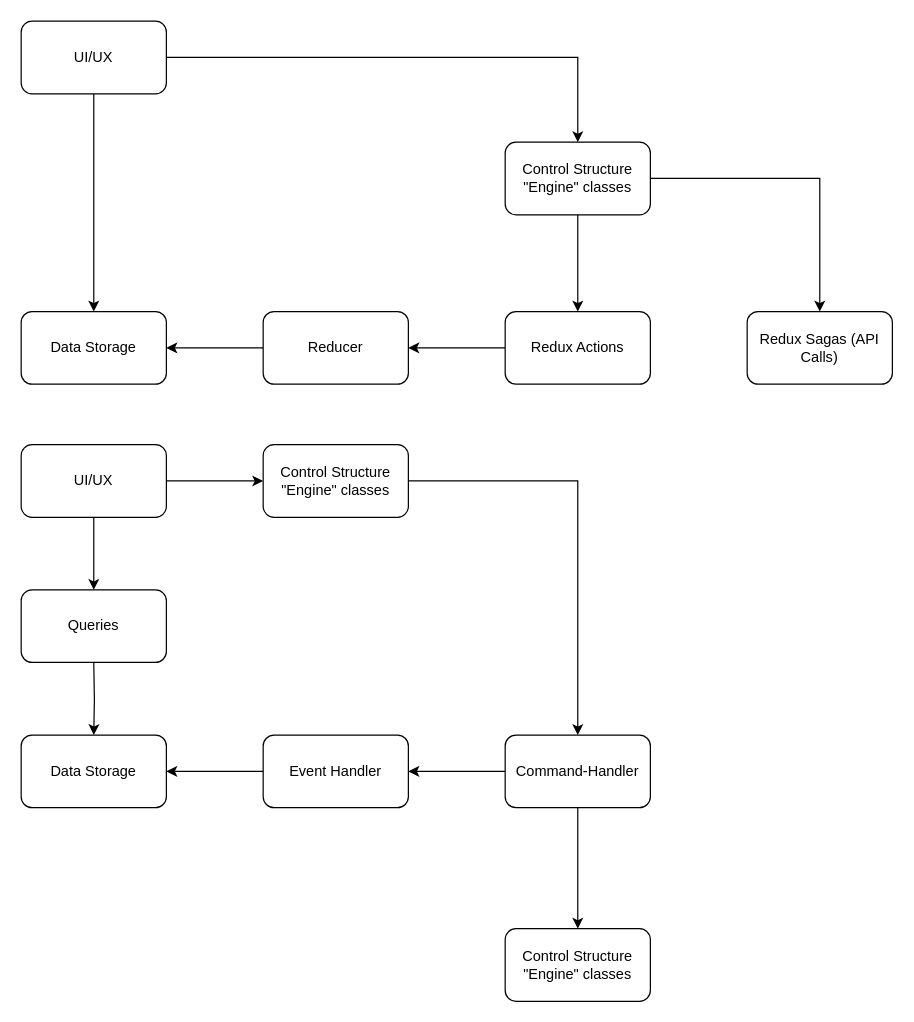
This is CQRS-pattern.drawio from tbd-friends/paas, a draw.io file, before an edit. Source tidied: cells renumbered, new cells numbered last; positions are measured from the earlier drawing's top-left corner, leaving out a move shared by most shapes. Both pictures are drawn from the tidied source at 121%, with x=0, y=0 at pixel (21, 21).
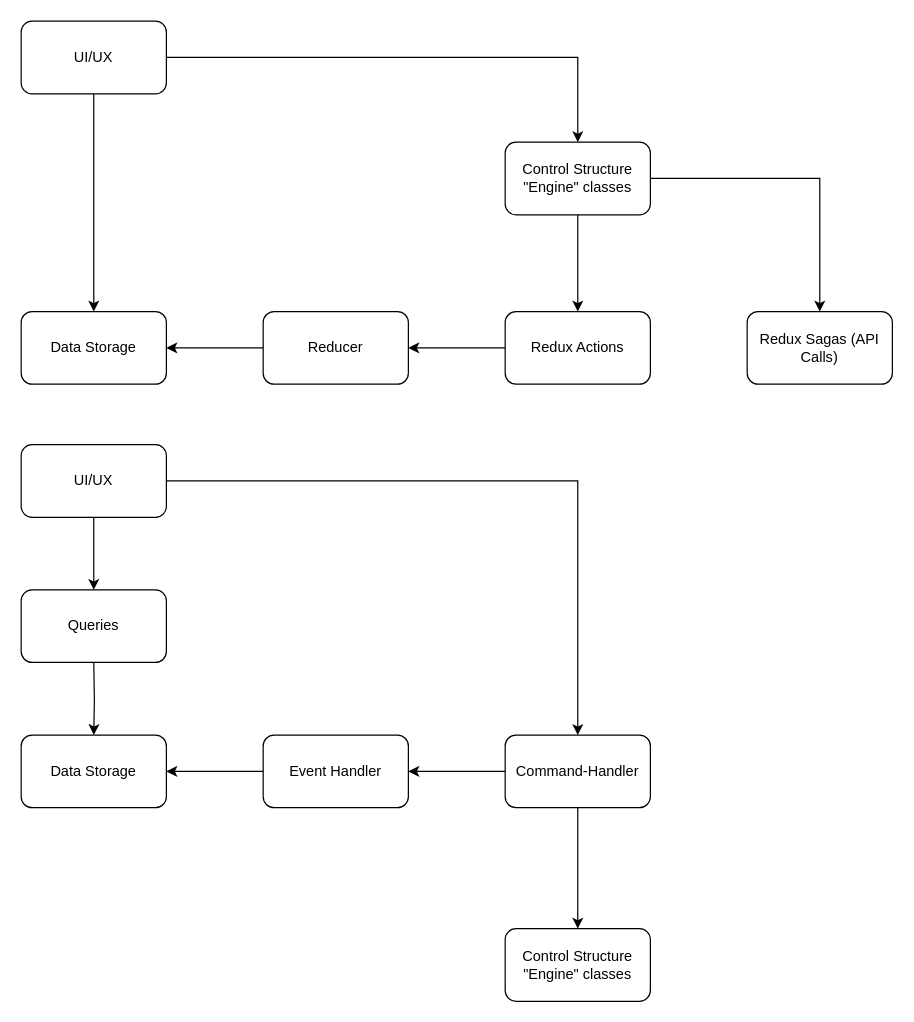
After the change.

Commit message:
one last mistake

Unchanged cells that the change refers to:
```xml
<mxCell id="17" value="UI/UX" style="rounded=1;whiteSpace=wrap;html=1;" parent="1" vertex="1">
  <mxGeometry y="350" width="120" height="60" as="geometry" />
</mxCell>
<mxCell id="23" value="Command-Handler" style="rounded=1;whiteSpace=wrap;html=1;" parent="1" vertex="1">
  <mxGeometry x="400" y="590" width="120" height="60" as="geometry" />
</mxCell>
```

The edit, as a diff of the source:
```diff
@@
-    <mxCell id="14" style="edgeStyle=orthogonalEdgeStyle;rounded=0;jettySize=auto;html=1;" parent="1" edge="1" source="17" target="19">
-      <mxGeometry relative="1" as="geometry" />
-    </mxCell>
@@
+    <mxCell id="28" style="edgeStyle=orthogonalEdgeStyle;rounded=0;jettySize=auto;html=1;exitX=1;exitY=0.5;exitDx=0;exitDy=0;entryX=0.5;entryY=0;entryDx=0;entryDy=0;" parent="1" edge="1" source="17" target="23">
+      <mxGeometry relative="1" as="geometry" />
+    </mxCell>
@@
-    <mxCell id="18" style="edgeStyle=orthogonalEdgeStyle;rounded=0;jettySize=auto;html=1;entryX=0.5;entryY=0;entryDx=0;entryDy=0;" parent="1" edge="1" source="19" target="23">
-      <mxGeometry relative="1" as="geometry" />
-    </mxCell>
-    <mxCell id="19" value="Control Structure &quot;Engine&quot; classes" style="rounded=1;whiteSpace=wrap;html=1;" parent="1" vertex="1">
-      <mxGeometry x="200" y="350" width="120" height="60" as="geometry" />
-    </mxCell>
```
